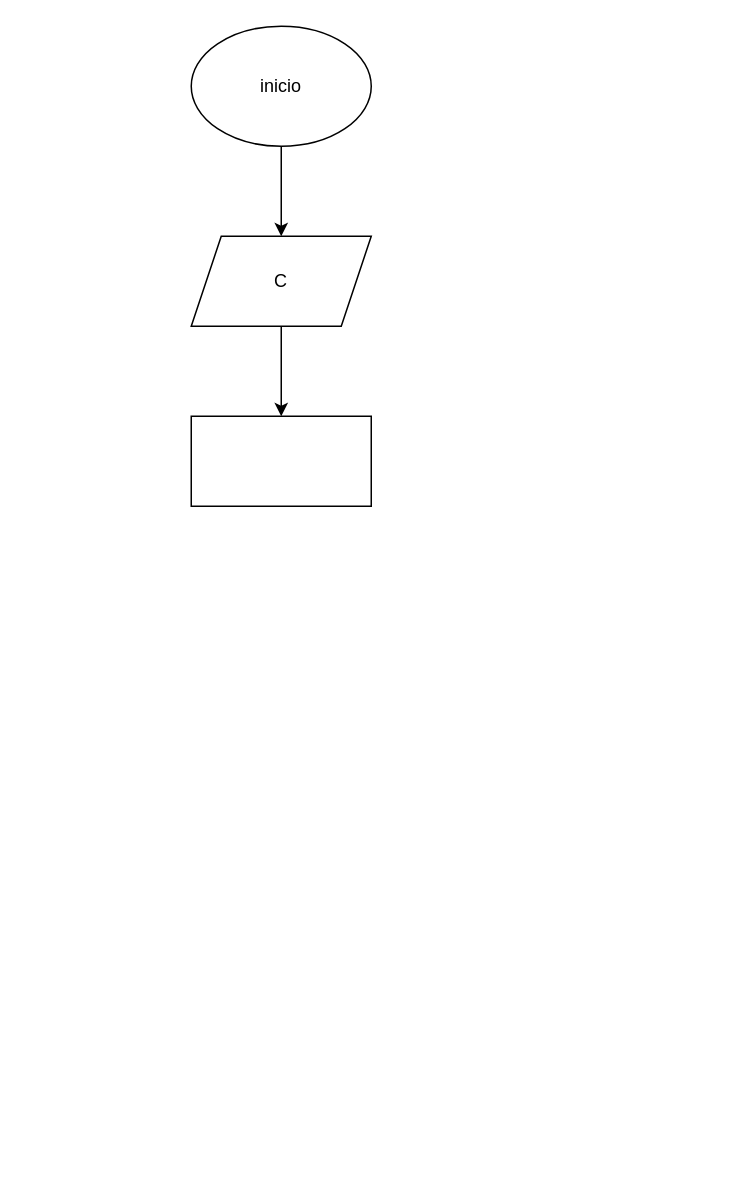
Above: diagrama.drawio in Chalarcanicolas/Capital_C (draw.io), before the change. Source tidied: cells renumbered, new cells numbered last; positions are measured from the earlier drawing's top-left corner, leaving out a move shared by most shapes. Both pictures are drawn from the tidied source at 150%, with x=0, y=0 at pixel (190, 26).
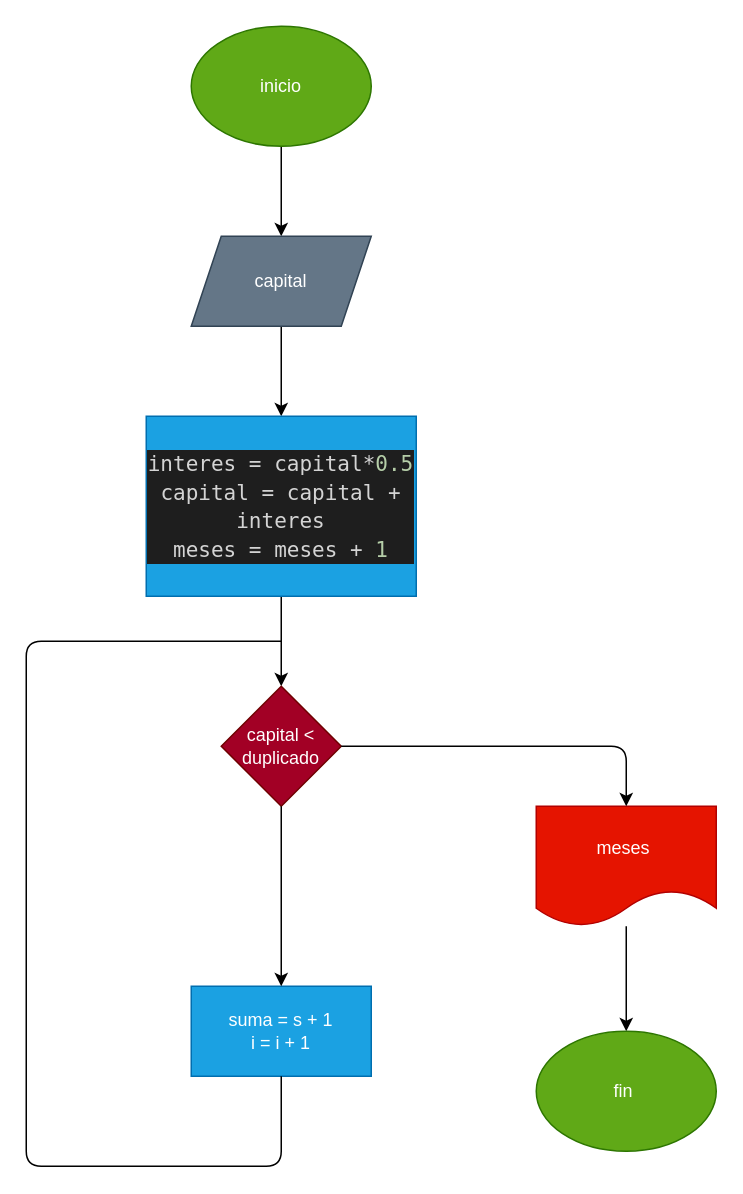
The same diagram, later.

What changed in the source:
```diff
@@
 <mxGraphModel>
   <root>
     <mxCell id="0" />
     <mxCell id="1" parent="0" />
     <mxCell id="2" style="edgeStyle=none;html=1;" parent="1" edge="1" source="3" target="5">
       <mxGeometry relative="1" as="geometry" />
     </mxCell>
-    <mxCell id="3" value="inicio" style="ellipse;whiteSpace=wrap;html=1;" parent="1" vertex="1">
+    <mxCell id="3" value="inicio" style="ellipse;whiteSpace=wrap;html=1;fillColor=#60a917;fontColor=#ffffff;strokeColor=#2D7600;" parent="1" vertex="1">
       <mxGeometry width="120" height="80" as="geometry" />
     </mxCell>
     <mxCell id="4" style="edgeStyle=none;html=1;" parent="1" edge="1" source="5" target="6">
       <mxGeometry relative="1" as="geometry" />
     </mxCell>
-    <mxCell id="5" value="C" style="shape=parallelogram;perimeter=parallelogramPerimeter;whiteSpace=wrap;html=1;fixedSize=1;" parent="1" vertex="1">
+    <mxCell id="5" value="capital" style="shape=parallelogram;perimeter=parallelogramPerimeter;whiteSpace=wrap;html=1;fixedSize=1;fillColor=#647687;fontColor=#ffffff;strokeColor=#314354;" parent="1" vertex="1">
       <mxGeometry y="140" width="120" height="60" as="geometry" />
     </mxCell>
+    <mxCell id="7" style="edgeStyle=none;html=1;" parent="1" edge="1" source="6" target="8">
+      <mxGeometry relative="1" as="geometry" />
+    </mxCell>
-    <mxCell id="6" style="rounded=0;whiteSpace=wrap;html=1;" parent="1" vertex="1">
-      <mxGeometry y="260" width="120" height="60" as="geometry" />
+    <mxCell id="6" value="&lt;div style=&quot;color: rgb(212, 212, 212); background-color: rgb(30, 30, 30); font-family: &amp;quot;Droid Sans Mono&amp;quot;, &amp;quot;monospace&amp;quot;, monospace; font-size: 14px; line-height: 19px;&quot;&gt;&lt;div&gt;interes = capital*&lt;span style=&quot;color: #b5cea8;&quot;&gt;0.5&lt;/span&gt;&lt;/div&gt;&lt;div&gt;    capital = capital + interes&lt;/div&gt;&lt;div&gt;    meses = meses + &lt;span style=&quot;color: #b5cea8;&quot;&gt;1&lt;/span&gt;&lt;/div&gt;&lt;/div&gt;" style="rounded=0;whiteSpace=wrap;html=1;fillColor=#1ba1e2;fontColor=#ffffff;strokeColor=#006EAF;" parent="1" vertex="1">
+      <mxGeometry x="-30" y="260" width="180" height="120" as="geometry" />
     </mxCell>
+    <mxCell id="8" value="capital &amp;lt; duplicado" style="rhombus;whiteSpace=wrap;html=1;fillColor=#a20025;fontColor=#ffffff;strokeColor=#6F0000;" parent="1" vertex="1">
+      <mxGeometry x="20" y="440" width="80" height="80" as="geometry" />
+    </mxCell>
+    <mxCell id="9" value="suma = s + 1&lt;br&gt;i = i + 1" style="rounded=0;whiteSpace=wrap;html=1;fillColor=#1ba1e2;fontColor=#ffffff;strokeColor=#006EAF;" parent="1" vertex="1">
+      <mxGeometry y="640" width="120" height="60" as="geometry" />
+    </mxCell>
+    <mxCell id="10" style="endArrow=classic;html=1;entryX=0.5;entryY=0;entryDx=0;entryDy=0;exitX=0.5;exitY=1;exitDx=0;exitDy=0;" parent="1" edge="1" source="8" target="9">
+      <mxGeometry relative="1" as="geometry" />
+    </mxCell>
+    <mxCell id="11" style="endArrow=none;html=1;exitX=0.5;exitY=1;exitDx=0;exitDy=0;" parent="1" edge="1" source="9">
+      <mxGeometry relative="1" as="geometry">
+        <mxPoint x="60" y="410" as="targetPoint" />
+        <Array as="points">
+          <mxPoint x="60" y="760" />
+          <mxPoint x="-110" y="760" />
+          <mxPoint x="-110" y="410" />
+        </Array>
+      </mxGeometry>
+    </mxCell>
+    <mxCell id="12" style="edgeStyle=none;html=1;" parent="1" edge="1" source="13" target="14">
+      <mxGeometry relative="1" as="geometry" />
+    </mxCell>
+    <mxCell id="13" value="meses&amp;nbsp;" style="shape=document;whiteSpace=wrap;html=1;boundedLbl=1;fillColor=#e51400;fontColor=#ffffff;strokeColor=#B20000;" parent="1" vertex="1">
+      <mxGeometry x="230" y="520" width="120" height="80" as="geometry" />
+    </mxCell>
+    <mxCell id="14" value="fin&amp;nbsp;" style="ellipse;whiteSpace=wrap;html=1;fillColor=#60a917;fontColor=#ffffff;strokeColor=#2D7600;" parent="1" vertex="1">
+      <mxGeometry x="230" y="670" width="120" height="80" as="geometry" />
+    </mxCell>
+    <mxCell id="15" style="endArrow=classic;html=1;exitX=1;exitY=0.5;exitDx=0;exitDy=0;entryX=0.5;entryY=0;entryDx=0;entryDy=0;" parent="1" edge="1" source="8" target="13">
+      <mxGeometry relative="1" as="geometry">
+        <Array as="points">
+          <mxPoint x="290" y="480" />
+        </Array>
+      </mxGeometry>
+    </mxCell>
   </root>
 </mxGraphModel>
```
